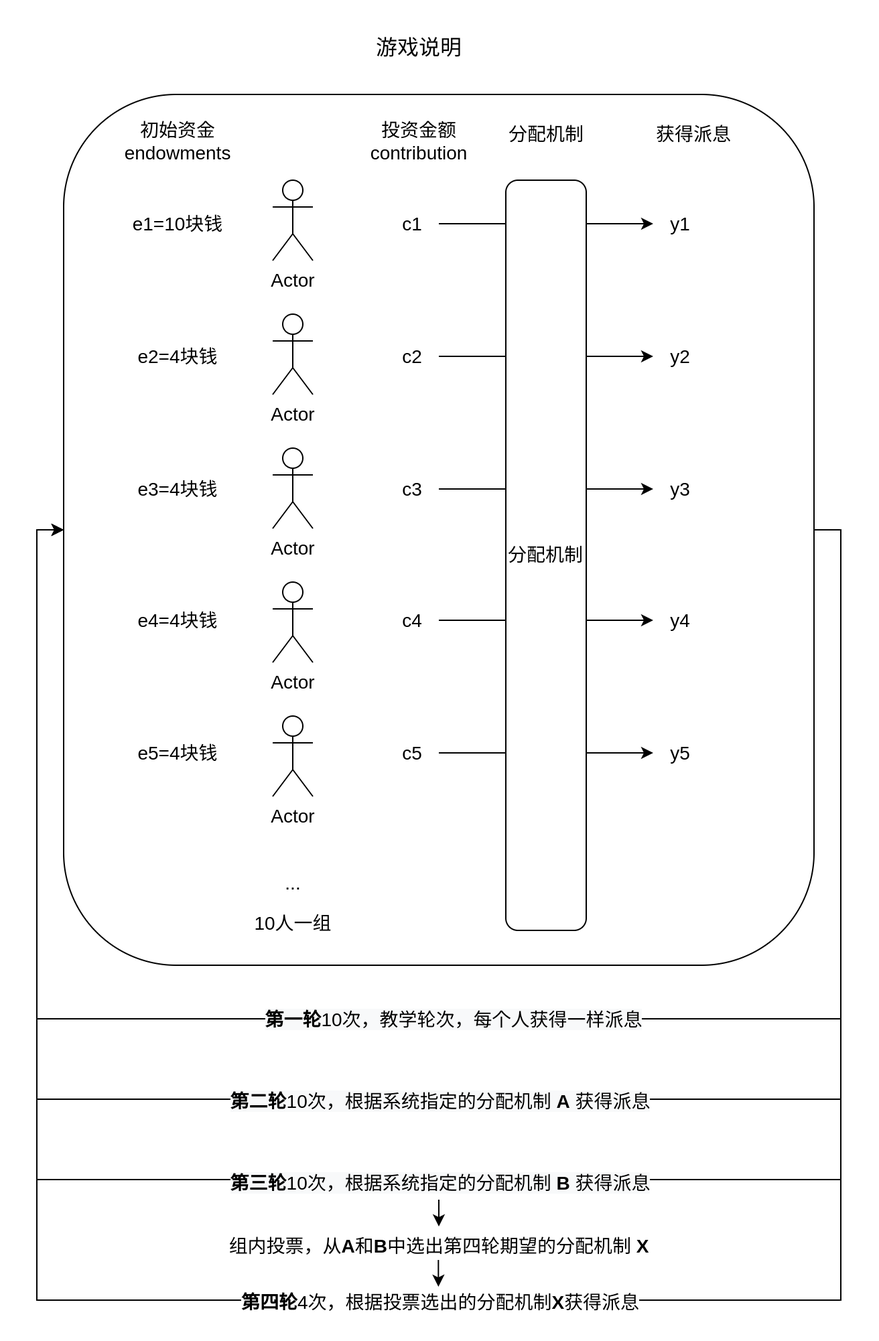
This is images/Democratic_ai2.drawio.png from eveyuyi/pics_git, a draw.io export, as it was before one commit. Source tidied: cells renumbered, new cells last; positions are measured from the earlier drawing's top-left corner, leaving out a move shared by most shapes.
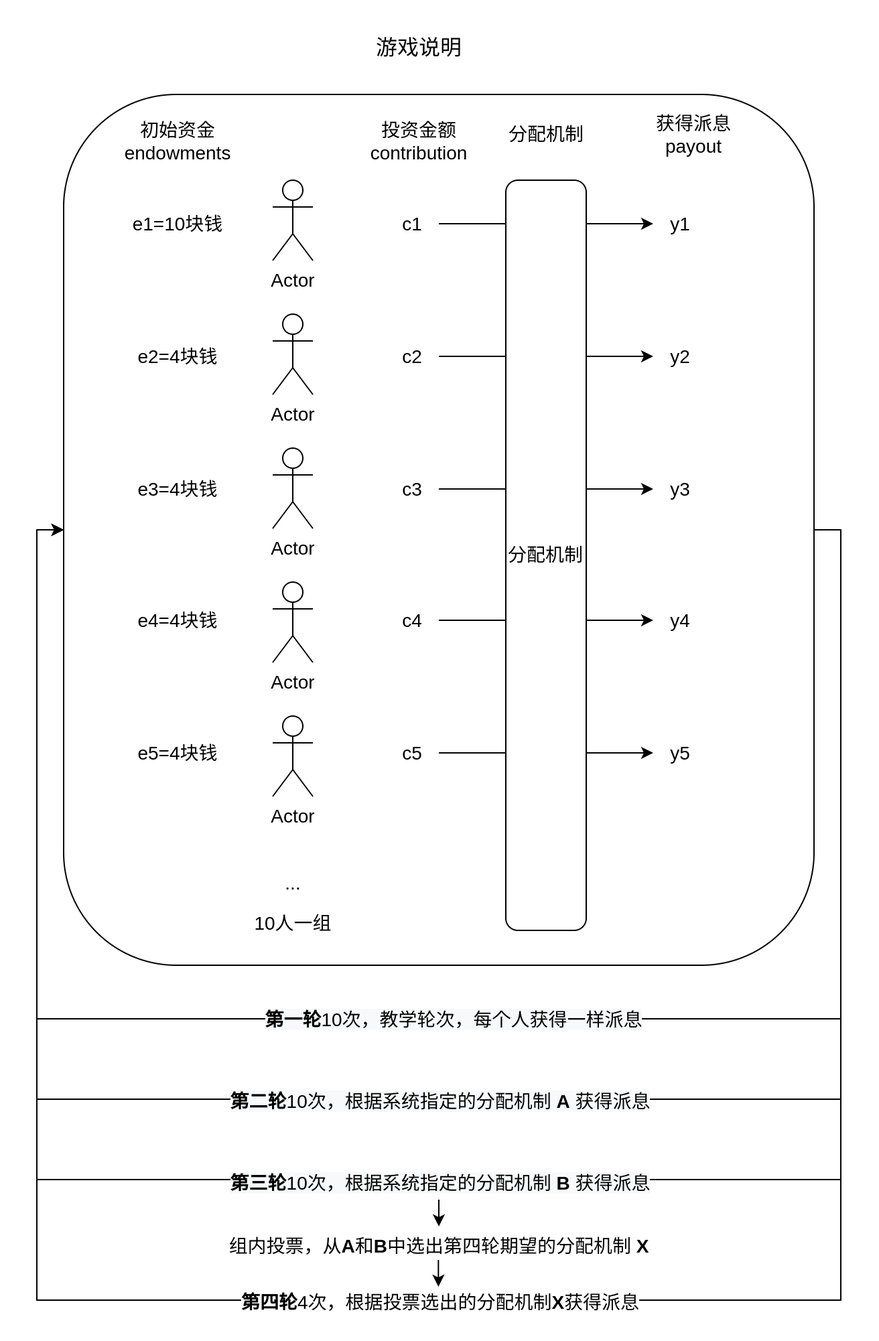
After the commit.

The edit, as a diff of the source:
```diff
@@ -101,8 +101,8 @@
     <mxCell id="31" value="&lt;span style=&quot;font-size: 14px;&quot;&gt;分配机制&lt;/span&gt;" style="text;html=1;align=center;verticalAlign=middle;strokeColor=none;fillColor=none;fontSize=14;" parent="1" vertex="1">
       <mxGeometry x="340" y="65" width="80" height="30" as="geometry" />
     </mxCell>
-    <mxCell id="32" value="获得派息" style="text;html=1;align=center;verticalAlign=middle;strokeColor=none;fillColor=none;fontSize=14;" parent="1" vertex="1">
-      <mxGeometry x="450" y="65" width="80" height="30" as="geometry" />
+    <mxCell id="32" value="获得派息&lt;br&gt;payout" style="text;html=1;align=center;verticalAlign=middle;strokeColor=none;fillColor=none;fontSize=14;" parent="1" vertex="1">
+      <mxGeometry x="450" y="55" width="80" height="50" as="geometry" />
     </mxCell>
     <mxCell id="33" value="y1" style="text;html=1;align=center;verticalAlign=middle;points=[];strokeColor=none;fillColor=none;fontSize=14;" parent="1" vertex="1">
       <mxGeometry x="460" y="131.5" width="40" height="30" as="geometry" />
```
